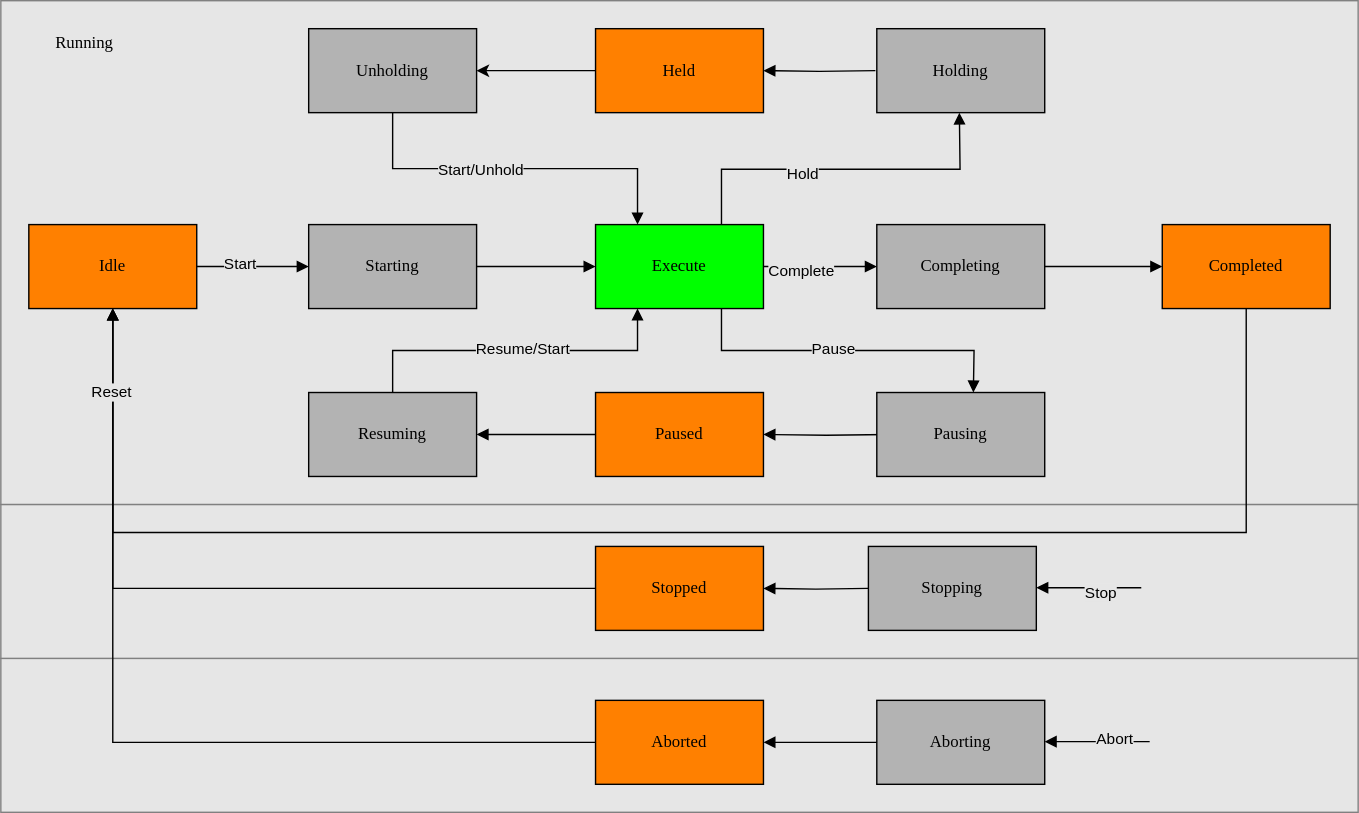
PeterZerlauth/Tc3_Component keeps this draw.io diagram as docs/StateMachine.drawio.svg. Above is the earlier version. Source tidied: cells renumbered, new cells last; positions are measured from the earlier drawing's top-left corner, leaving out a move shared by most shapes.
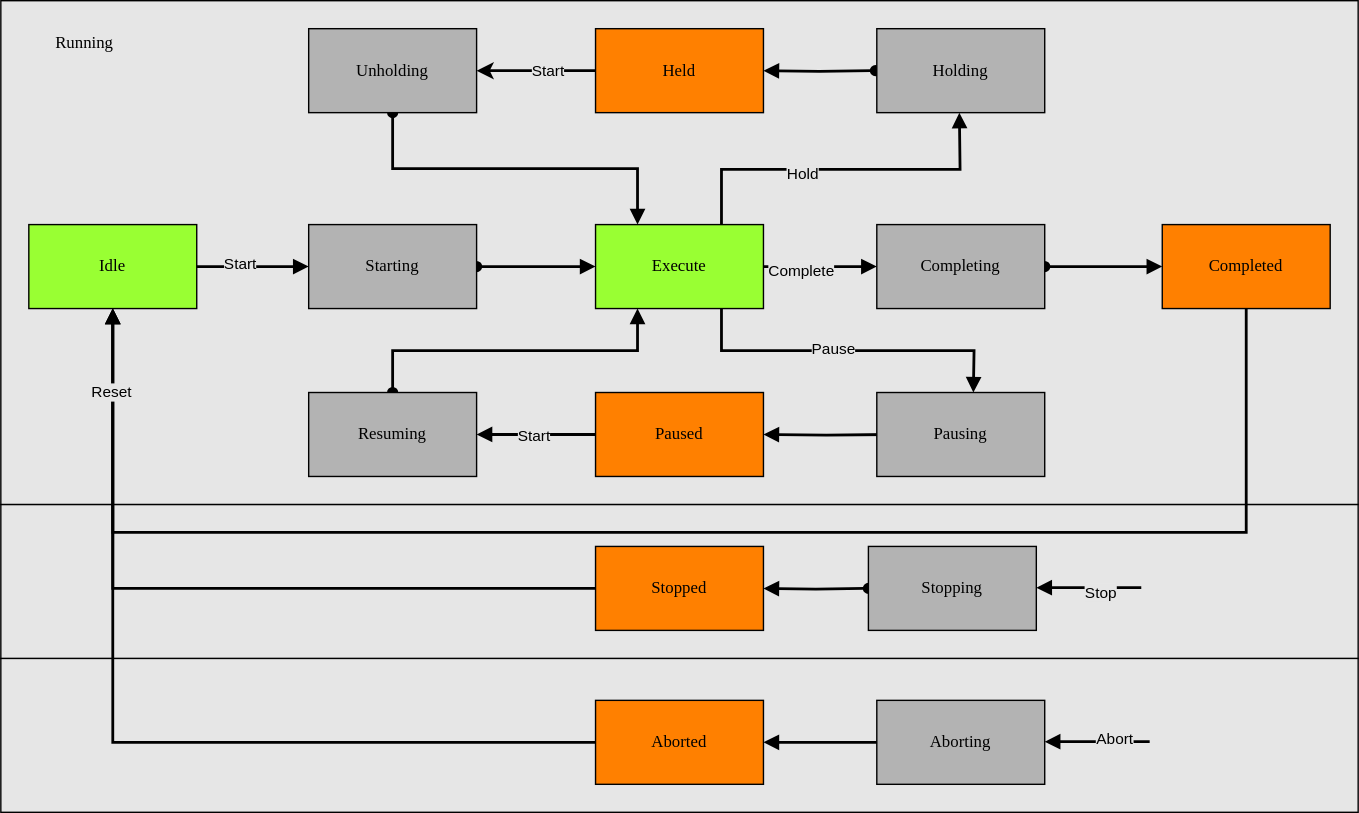
After the commit.

Diff of the diagram source:
```diff
@@ -4,12 +4,12 @@
     <mxCell id="1" parent="0" />
-    <mxCell id="2" style="rounded=0;whiteSpace=wrap;html=1;fontFamily=Helvetica;fontSize=11;fontColor=default;labelBackgroundColor=default;fillColor=#E6E6E6;strokeColor=#808080;" parent="1" vertex="1">
+    <mxCell id="2" style="rounded=0;whiteSpace=wrap;html=1;fontFamily=Helvetica;fontSize=11;fontColor=default;labelBackgroundColor=default;fillColor=#E6E6E6;" parent="1" vertex="1">
       <mxGeometry y="470" width="970" height="110" as="geometry" />
     </mxCell>
-    <mxCell id="3" style="rounded=0;whiteSpace=wrap;html=1;fontFamily=Helvetica;fontSize=11;fontColor=default;labelBackgroundColor=default;fillColor=#E6E6E6;strokeColor=#808080;" parent="1" vertex="1">
+    <mxCell id="3" style="rounded=0;whiteSpace=wrap;html=1;fontFamily=Helvetica;fontSize=11;fontColor=default;labelBackgroundColor=default;fillColor=#E6E6E6;" parent="1" vertex="1">
       <mxGeometry y="360" width="970" height="110" as="geometry" />
     </mxCell>
-    <mxCell id="4" style="rounded=0;whiteSpace=wrap;html=1;fontFamily=Helvetica;fontSize=11;fontColor=default;labelBackgroundColor=default;fillColor=#E6E6E6;strokeColor=#808080;" parent="1" vertex="1">
+    <mxCell id="4" style="rounded=0;whiteSpace=wrap;html=1;fontFamily=Helvetica;fontSize=11;fontColor=default;labelBackgroundColor=default;fillColor=#E6E6E6;" parent="1" vertex="1">
       <mxGeometry width="970" height="360" as="geometry" />
     </mxCell>
-    <mxCell id="5" style="edgeStyle=orthogonalEdgeStyle;rounded=0;jettySize=auto;html=1;" parent="1" edge="1" source="6" target="34">
+    <mxCell id="5" style="edgeStyle=orthogonalEdgeStyle;rounded=0;jettySize=auto;html=1;strokeWidth=2;" parent="1" edge="1" source="6" target="34">
       <mxGeometry relative="1" as="geometry" />
@@ -19,3 +19,3 @@
     </mxCell>
-    <mxCell id="7" style="edgeStyle=orthogonalEdgeStyle;rounded=0;jettySize=auto;html=1;entryX=0.5;entryY=1;entryDx=0;entryDy=0;strokeColor=default;align=center;verticalAlign=middle;fontFamily=Helvetica;fontSize=11;fontColor=default;labelBackgroundColor=default;endArrow=block;endFill=1;exitX=0.75;exitY=0;exitDx=0;exitDy=0;" parent="1" edge="1" source="11">
+    <mxCell id="7" style="edgeStyle=orthogonalEdgeStyle;rounded=0;jettySize=auto;html=1;entryX=0.5;entryY=1;entryDx=0;entryDy=0;strokeColor=default;align=center;verticalAlign=middle;fontFamily=Helvetica;fontSize=11;fontColor=default;labelBackgroundColor=default;endArrow=block;endFill=1;exitX=0.75;exitY=0;exitDx=0;exitDy=0;strokeWidth=2;" parent="1" edge="1" source="11">
       <mxGeometry relative="1" as="geometry">
@@ -29,3 +29,3 @@
     </mxCell>
-    <mxCell id="9" style="edgeStyle=orthogonalEdgeStyle;rounded=0;jettySize=auto;html=1;exitX=1;exitY=0.5;exitDx=0;exitDy=0;entryX=0;entryY=0.5;entryDx=0;entryDy=0;strokeColor=default;align=center;verticalAlign=middle;fontFamily=Helvetica;fontSize=11;fontColor=default;labelBackgroundColor=default;endArrow=block;endFill=1;" parent="1" edge="1" source="11" target="41">
+    <mxCell id="9" style="edgeStyle=orthogonalEdgeStyle;rounded=0;jettySize=auto;html=1;exitX=1;exitY=0.5;exitDx=0;exitDy=0;entryX=0;entryY=0.5;entryDx=0;entryDy=0;strokeColor=default;align=center;verticalAlign=middle;fontFamily=Helvetica;fontSize=11;fontColor=default;labelBackgroundColor=default;endArrow=block;endFill=1;strokeWidth=2;" parent="1" edge="1" source="11" target="41">
       <mxGeometry relative="1" as="geometry" />
@@ -35,3 +35,3 @@
     </mxCell>
-    <mxCell id="11" value="Execute" style="rounded=0;whiteSpace=wrap;html=1;arcSize=24;fillColor=#00FF00;strokeColor=#000000;shadow=0;comic=0;labelBackgroundColor=none;fontFamily=Verdana;fontSize=12;fontColor=#000000;align=center;" parent="1" vertex="1">
+    <mxCell id="11" value="Execute" style="rounded=0;whiteSpace=wrap;html=1;arcSize=24;fillColor=#99FF33;strokeColor=#000000;shadow=0;comic=0;labelBackgroundColor=none;fontFamily=Verdana;fontSize=12;fontColor=#000000;align=center;" parent="1" vertex="1">
       <mxGeometry x="425" y="160" width="120" height="60" as="geometry" />
@@ -41,3 +41,3 @@
     </mxCell>
-    <mxCell id="13" style="edgeStyle=orthogonalEdgeStyle;rounded=0;jettySize=auto;html=1;strokeColor=default;align=center;verticalAlign=middle;fontFamily=Helvetica;fontSize=11;fontColor=default;labelBackgroundColor=default;endArrow=block;endFill=1;" parent="1" edge="1" target="6">
+    <mxCell id="13" style="edgeStyle=orthogonalEdgeStyle;rounded=0;jettySize=auto;html=1;strokeColor=default;align=center;verticalAlign=middle;fontFamily=Helvetica;fontSize=11;fontColor=default;labelBackgroundColor=default;endArrow=block;endFill=1;strokeWidth=2;startArrow=oval;startFill=1;" parent="1" edge="1" target="6">
       <mxGeometry relative="1" as="geometry">
@@ -46,3 +46,3 @@
     </mxCell>
-    <mxCell id="14" style="edgeStyle=orthogonalEdgeStyle;rounded=0;jettySize=auto;html=1;strokeColor=default;align=center;verticalAlign=middle;fontFamily=Helvetica;fontSize=11;fontColor=default;labelBackgroundColor=default;endArrow=block;endFill=1;" parent="1" edge="1" target="12">
+    <mxCell id="14" style="edgeStyle=orthogonalEdgeStyle;rounded=0;jettySize=auto;html=1;strokeColor=default;align=center;verticalAlign=middle;fontFamily=Helvetica;fontSize=11;fontColor=default;labelBackgroundColor=default;endArrow=block;endFill=1;strokeWidth=2;" parent="1" edge="1" target="12">
       <mxGeometry relative="1" as="geometry">
@@ -51,3 +51,3 @@
     </mxCell>
-    <mxCell id="15" style="edgeStyle=orthogonalEdgeStyle;rounded=0;jettySize=auto;html=1;entryX=0.5;entryY=0;entryDx=0;entryDy=0;strokeColor=default;align=center;verticalAlign=middle;fontFamily=Helvetica;fontSize=11;fontColor=default;labelBackgroundColor=default;endArrow=block;endFill=1;exitX=0.75;exitY=1;exitDx=0;exitDy=0;" parent="1" edge="1" source="11">
+    <mxCell id="15" style="edgeStyle=orthogonalEdgeStyle;rounded=0;jettySize=auto;html=1;entryX=0.5;entryY=0;entryDx=0;entryDy=0;strokeColor=default;align=center;verticalAlign=middle;fontFamily=Helvetica;fontSize=11;fontColor=default;labelBackgroundColor=default;endArrow=block;endFill=1;exitX=0.75;exitY=1;exitDx=0;exitDy=0;strokeWidth=2;" parent="1" edge="1" source="11">
       <mxGeometry relative="1" as="geometry">
@@ -59,3 +59,3 @@
     </mxCell>
-    <mxCell id="17" style="edgeStyle=orthogonalEdgeStyle;rounded=0;jettySize=auto;html=1;strokeColor=default;align=center;verticalAlign=middle;fontFamily=Helvetica;fontSize=11;fontColor=default;labelBackgroundColor=default;endArrow=block;endFill=1;entryX=0;entryY=0.5;entryDx=0;entryDy=0;" parent="1" edge="1" source="19" target="30">
+    <mxCell id="17" style="edgeStyle=orthogonalEdgeStyle;rounded=0;jettySize=auto;html=1;strokeColor=default;align=center;verticalAlign=middle;fontFamily=Helvetica;fontSize=11;fontColor=default;labelBackgroundColor=default;endArrow=block;endFill=1;entryX=0;entryY=0.5;entryDx=0;entryDy=0;strokeWidth=2;" parent="1" edge="1" source="19" target="30">
       <mxGeometry relative="1" as="geometry" />
@@ -65,6 +65,6 @@
     </mxCell>
-    <mxCell id="19" value="Idle" style="rounded=0;whiteSpace=wrap;html=1;arcSize=24;fillColor=#FF8000;strokeColor=#000000;shadow=0;comic=0;labelBackgroundColor=none;fontFamily=Verdana;fontSize=12;fontColor=#000000;align=center;" parent="1" vertex="1">
+    <mxCell id="19" value="Idle" style="rounded=0;whiteSpace=wrap;html=1;arcSize=24;fillColor=#99FF33;strokeColor=#000000;shadow=0;comic=0;labelBackgroundColor=none;fontFamily=Verdana;fontSize=12;fontColor=#000000;align=center;" parent="1" vertex="1">
       <mxGeometry x="20" y="160" width="120" height="60" as="geometry" />
     </mxCell>
-    <mxCell id="20" style="edgeStyle=orthogonalEdgeStyle;rounded=0;jettySize=auto;html=1;entryX=0.5;entryY=1;entryDx=0;entryDy=0;strokeColor=default;align=center;verticalAlign=middle;fontFamily=Helvetica;fontSize=11;fontColor=default;labelBackgroundColor=default;endArrow=block;endFill=1;" parent="1" edge="1" source="21" target="19">
+    <mxCell id="20" style="edgeStyle=orthogonalEdgeStyle;rounded=0;jettySize=auto;html=1;entryX=0.5;entryY=1;entryDx=0;entryDy=0;strokeColor=default;align=center;verticalAlign=middle;fontFamily=Helvetica;fontSize=11;fontColor=default;labelBackgroundColor=default;endArrow=block;endFill=1;strokeWidth=2;" parent="1" edge="1" source="21" target="19">
       <mxGeometry relative="1" as="geometry" />
@@ -74,3 +74,3 @@
     </mxCell>
-    <mxCell id="22" style="edgeStyle=orthogonalEdgeStyle;rounded=0;jettySize=auto;html=1;strokeColor=default;align=center;verticalAlign=middle;fontFamily=Helvetica;fontSize=11;fontColor=default;labelBackgroundColor=default;endArrow=block;endFill=1;entryX=0.5;entryY=1;entryDx=0;entryDy=0;" parent="1" edge="1" source="23" target="19">
+    <mxCell id="22" style="edgeStyle=orthogonalEdgeStyle;rounded=0;jettySize=auto;html=1;strokeColor=default;align=center;verticalAlign=middle;fontFamily=Helvetica;fontSize=11;fontColor=default;labelBackgroundColor=default;endArrow=block;endFill=1;entryX=0.5;entryY=1;entryDx=0;entryDy=0;strokeWidth=2;" parent="1" edge="1" source="23" target="19">
       <mxGeometry relative="1" as="geometry" />
@@ -80,3 +80,3 @@
     </mxCell>
-    <mxCell id="24" style="edgeStyle=orthogonalEdgeStyle;rounded=0;jettySize=auto;html=1;exitX=0.5;exitY=1;exitDx=0;exitDy=0;entryX=0.5;entryY=1;entryDx=0;entryDy=0;strokeColor=default;align=center;verticalAlign=middle;fontFamily=Helvetica;fontSize=11;fontColor=default;labelBackgroundColor=default;endArrow=block;endFill=1;" parent="1" edge="1" source="26" target="19">
+    <mxCell id="24" style="edgeStyle=orthogonalEdgeStyle;rounded=0;jettySize=auto;html=1;exitX=0.5;exitY=1;exitDx=0;exitDy=0;entryX=0.5;entryY=1;entryDx=0;entryDy=0;strokeColor=default;align=center;verticalAlign=middle;fontFamily=Helvetica;fontSize=11;fontColor=default;labelBackgroundColor=default;endArrow=block;endFill=1;strokeWidth=2;" parent="1" edge="1" source="26" target="19">
       <mxGeometry relative="1" as="geometry">
@@ -94,3 +94,3 @@
     </mxCell>
-    <mxCell id="27" style="edgeStyle=orthogonalEdgeStyle;rounded=0;jettySize=auto;html=1;strokeColor=default;align=center;verticalAlign=middle;fontFamily=Helvetica;fontSize=11;fontColor=default;labelBackgroundColor=default;endArrow=block;endFill=1;" parent="1" edge="1" target="21">
+    <mxCell id="27" style="edgeStyle=orthogonalEdgeStyle;rounded=0;jettySize=auto;html=1;strokeColor=default;align=center;verticalAlign=middle;fontFamily=Helvetica;fontSize=11;fontColor=default;labelBackgroundColor=default;endArrow=block;endFill=1;strokeWidth=2;startArrow=oval;startFill=1;" parent="1" edge="1" target="21">
       <mxGeometry relative="1" as="geometry">
@@ -99,6 +99,6 @@
     </mxCell>
-    <mxCell id="28" style="edgeStyle=orthogonalEdgeStyle;rounded=0;jettySize=auto;html=1;strokeColor=default;align=center;verticalAlign=middle;fontFamily=Helvetica;fontSize=11;fontColor=default;labelBackgroundColor=default;endArrow=block;endFill=1;exitX=0.033;exitY=0.5;exitDx=0;exitDy=0;exitPerimeter=0;" parent="1" edge="1" source="43" target="23">
+    <mxCell id="28" style="edgeStyle=orthogonalEdgeStyle;rounded=0;jettySize=auto;html=1;strokeColor=default;align=center;verticalAlign=middle;fontFamily=Helvetica;fontSize=11;fontColor=default;labelBackgroundColor=default;endArrow=block;endFill=1;exitX=0.033;exitY=0.5;exitDx=0;exitDy=0;exitPerimeter=0;strokeWidth=2;startArrow=oval;startFill=1;" parent="1" edge="1" source="43" target="23">
       <mxGeometry relative="1" as="geometry" />
     </mxCell>
-    <mxCell id="29" style="edgeStyle=orthogonalEdgeStyle;rounded=0;jettySize=auto;html=1;exitX=1;exitY=0.5;exitDx=0;exitDy=0;entryX=0;entryY=0.5;entryDx=0;entryDy=0;strokeColor=default;align=center;verticalAlign=middle;fontFamily=Helvetica;fontSize=11;fontColor=default;labelBackgroundColor=default;endArrow=block;endFill=1;" parent="1" edge="1" source="30" target="11">
+    <mxCell id="29" style="edgeStyle=orthogonalEdgeStyle;rounded=0;jettySize=auto;html=1;exitX=1;exitY=0.5;exitDx=0;exitDy=0;entryX=0;entryY=0.5;entryDx=0;entryDy=0;strokeColor=default;align=center;verticalAlign=middle;fontFamily=Helvetica;fontSize=11;fontColor=default;labelBackgroundColor=default;endArrow=block;endFill=1;strokeWidth=2;startArrow=oval;startFill=1;" parent="1" edge="1" source="30" target="11">
       <mxGeometry relative="1" as="geometry" />
@@ -111,7 +111,9 @@
     </mxCell>
-    <mxCell id="32" style="edgeStyle=orthogonalEdgeStyle;rounded=0;jettySize=auto;html=1;exitX=0.5;exitY=1;exitDx=0;exitDy=0;entryX=0.25;entryY=0;entryDx=0;entryDy=0;strokeColor=default;align=center;verticalAlign=middle;fontFamily=Helvetica;fontSize=11;fontColor=default;labelBackgroundColor=default;endArrow=block;endFill=1;" parent="1" edge="1" source="34" target="11">
+    <mxCell id="32" style="edgeStyle=orthogonalEdgeStyle;rounded=0;jettySize=auto;html=1;exitX=0.5;exitY=1;exitDx=0;exitDy=0;entryX=0.25;entryY=0;entryDx=0;entryDy=0;strokeColor=default;align=center;verticalAlign=middle;fontFamily=Helvetica;fontSize=11;fontColor=default;labelBackgroundColor=default;endArrow=block;endFill=1;strokeWidth=2;startArrow=oval;startFill=1;" parent="1" edge="1" source="34" target="11">
       <mxGeometry relative="1" as="geometry" />
     </mxCell>
-    <mxCell id="33" value="Start/Unhold" style="edgeLabel;html=1;align=center;verticalAlign=middle;fontFamily=Helvetica;fontSize=11;fontColor=default;labelBackgroundColor=#E6E6E6;" parent="32" vertex="1">
-      <mxGeometry x="-0.2" relative="1" as="geometry" />
+    <mxCell id="33" value="Start" style="edgeLabel;html=1;align=center;verticalAlign=middle;fontFamily=Helvetica;fontSize=11;fontColor=default;labelBackgroundColor=#E6E6E6;" parent="32" vertex="1">
+      <mxGeometry x="-0.2" relative="1" as="geometry">
+        <mxPoint x="48" y="-71" as="offset" />
+      </mxGeometry>
     </mxCell>
@@ -123,10 +125,12 @@
     </mxCell>
-    <mxCell id="36" style="edgeStyle=orthogonalEdgeStyle;rounded=0;jettySize=auto;html=1;strokeColor=default;align=center;verticalAlign=middle;fontFamily=Helvetica;fontSize=11;fontColor=default;labelBackgroundColor=default;endArrow=block;endFill=1;" parent="1" edge="1" source="12" target="39">
+    <mxCell id="36" style="edgeStyle=orthogonalEdgeStyle;rounded=0;jettySize=auto;html=1;strokeColor=default;align=center;verticalAlign=middle;fontFamily=Helvetica;fontSize=11;fontColor=default;labelBackgroundColor=default;endArrow=block;endFill=1;strokeWidth=2;" parent="1" edge="1" source="12" target="39">
       <mxGeometry relative="1" as="geometry" />
     </mxCell>
-    <mxCell id="37" style="edgeStyle=orthogonalEdgeStyle;rounded=0;jettySize=auto;html=1;exitX=0.5;exitY=0;exitDx=0;exitDy=0;entryX=0.25;entryY=1;entryDx=0;entryDy=0;strokeColor=default;align=center;verticalAlign=middle;fontFamily=Helvetica;fontSize=11;fontColor=default;labelBackgroundColor=default;endArrow=block;endFill=1;" parent="1" edge="1" source="39" target="11">
+    <mxCell id="37" style="edgeStyle=orthogonalEdgeStyle;rounded=0;jettySize=auto;html=1;exitX=0.5;exitY=0;exitDx=0;exitDy=0;entryX=0.25;entryY=1;entryDx=0;entryDy=0;strokeColor=default;align=center;verticalAlign=middle;fontFamily=Helvetica;fontSize=11;fontColor=default;labelBackgroundColor=default;endArrow=block;endFill=1;strokeWidth=2;startArrow=oval;startFill=1;" parent="1" edge="1" source="39" target="11">
       <mxGeometry relative="1" as="geometry" />
     </mxCell>
-    <mxCell id="38" value="Resume/Start" style="edgeLabel;html=1;align=center;verticalAlign=middle;fontFamily=Helvetica;fontSize=11;fontColor=default;labelBackgroundColor=#E6E6E6;" parent="37" vertex="1">
-      <mxGeometry x="0.04" y="2" relative="1" as="geometry" />
+    <mxCell id="38" value="Start" style="edgeLabel;html=1;align=center;verticalAlign=middle;fontFamily=Helvetica;fontSize=11;fontColor=default;labelBackgroundColor=#E6E6E6;" parent="37" vertex="1">
+      <mxGeometry x="0.04" y="2" relative="1" as="geometry">
+        <mxPoint x="8" y="62" as="offset" />
+      </mxGeometry>
     </mxCell>
@@ -135,3 +139,3 @@
     </mxCell>
-    <mxCell id="40" style="edgeStyle=orthogonalEdgeStyle;rounded=0;jettySize=auto;html=1;strokeColor=default;align=center;verticalAlign=middle;fontFamily=Helvetica;fontSize=11;fontColor=default;labelBackgroundColor=default;endArrow=block;endFill=1;" parent="1" edge="1" source="41" target="26">
+    <mxCell id="40" style="edgeStyle=orthogonalEdgeStyle;rounded=0;jettySize=auto;html=1;strokeColor=default;align=center;verticalAlign=middle;fontFamily=Helvetica;fontSize=11;fontColor=default;labelBackgroundColor=default;endArrow=block;endFill=1;strokeWidth=2;startArrow=oval;startFill=1;" parent="1" edge="1" source="41" target="26">
       <mxGeometry relative="1" as="geometry" />
@@ -147,3 +151,3 @@
     </mxCell>
-    <mxCell id="44" style="edgeStyle=orthogonalEdgeStyle;rounded=0;orthogonalLoop=1;jettySize=auto;html=1;strokeColor=default;align=center;verticalAlign=middle;fontFamily=Helvetica;fontSize=11;fontColor=default;labelBackgroundColor=default;endArrow=block;endFill=1;" parent="1" edge="1">
+    <mxCell id="44" style="edgeStyle=orthogonalEdgeStyle;rounded=0;orthogonalLoop=1;jettySize=auto;html=1;strokeColor=default;align=center;verticalAlign=middle;fontFamily=Helvetica;fontSize=11;fontColor=default;labelBackgroundColor=default;endArrow=block;endFill=1;strokeWidth=2;" parent="1" edge="1">
       <mxGeometry relative="1" as="geometry">
@@ -156,3 +160,3 @@
     </mxCell>
-    <mxCell id="46" style="edgeStyle=orthogonalEdgeStyle;rounded=0;orthogonalLoop=1;jettySize=auto;html=1;strokeColor=default;align=center;verticalAlign=middle;fontFamily=Helvetica;fontSize=11;fontColor=default;labelBackgroundColor=default;endArrow=block;endFill=1;" parent="1" edge="1">
+    <mxCell id="46" style="edgeStyle=orthogonalEdgeStyle;rounded=0;orthogonalLoop=1;jettySize=auto;html=1;strokeColor=default;align=center;verticalAlign=middle;fontFamily=Helvetica;fontSize=11;fontColor=default;labelBackgroundColor=default;endArrow=block;endFill=1;strokeWidth=2;" parent="1" edge="1">
       <mxGeometry relative="1" as="geometry">
```
